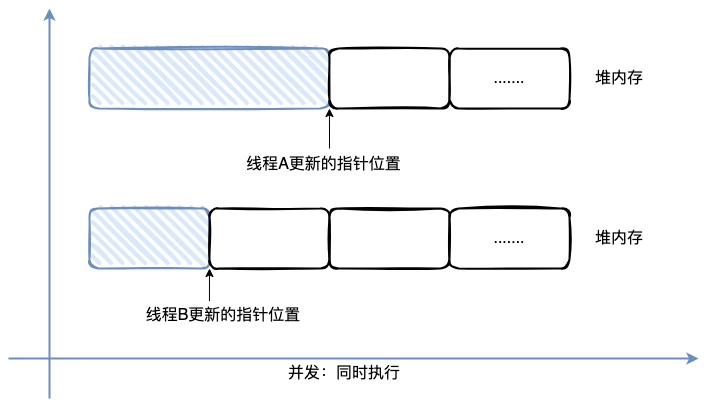
lihongyiyi/tech-visuals keeps this draw.io diagram as java/jvm/JVM创建对象 - 并发下内存分配冲突.drawio.drawio.png. Above is the earlier version. Source tidied: cells renumbered, new cells last; positions are measured from the earlier drawing's top-left corner, leaving out a move shared by most shapes.
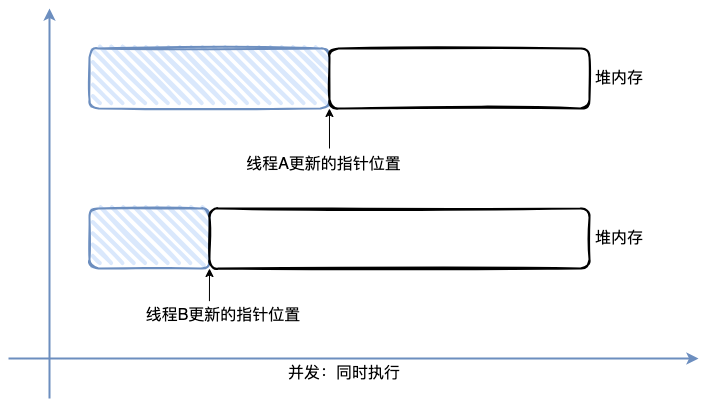
The same file after the commit.

Commit message:
更新JVM创建对象 - 并发下内存分配冲突.drawio.drawio.png

The edit, as a diff of the source:
```diff
@@ -6,11 +6,8 @@
       <mxGeometry x="81" y="40" width="240" height="60" as="geometry" />
     </mxCell>
     <mxCell id="3" style="rounded=1;whiteSpace=wrap;html=1;strokeWidth=2;fillWeight=4;hachureGap=8;hachureAngle=45;sketch=1;" parent="1" vertex="1">
-      <mxGeometry x="321" y="40" width="120" height="60" as="geometry" />
+      <mxGeometry x="321" y="40" width="260" height="60" as="geometry" />
     </mxCell>
-    <mxCell id="4" value="&lt;font style=&quot;font-size: 16px;&quot;&gt;.......&lt;/font&gt;" style="rounded=1;whiteSpace=wrap;html=1;strokeWidth=2;fillWeight=4;hachureGap=8;hachureAngle=45;sketch=1;" parent="1" vertex="1">
-      <mxGeometry x="441" y="40" width="120" height="60" as="geometry" />
-    </mxCell>
     <mxCell id="5" value="&lt;font style=&quot;font-size: 16px;&quot;&gt;线程A更新的指针位置&lt;/font&gt;" style="text;html=1;strokeColor=none;fillColor=none;align=center;verticalAlign=middle;whiteSpace=wrap;rounded=0;" parent="1" vertex="1">
       <mxGeometry x="221" y="142" width="189" height="28" as="geometry" />
     </mxCell>
@@ -27,14 +24,8 @@
       <mxGeometry x="81" y="200" width="120" height="60" as="geometry" />
     </mxCell>
     <mxCell id="9" style="rounded=1;whiteSpace=wrap;html=1;strokeWidth=2;fillWeight=4;hachureGap=8;hachureAngle=45;sketch=1;" parent="1" vertex="1">
-      <mxGeometry x="201" y="200" width="120" height="60" as="geometry" />
+      <mxGeometry x="201" y="200" width="380" height="60" as="geometry" />
     </mxCell>
-    <mxCell id="10" style="rounded=1;whiteSpace=wrap;html=1;strokeWidth=2;fillWeight=4;hachureGap=8;hachureAngle=45;sketch=1;" parent="1" vertex="1">
-      <mxGeometry x="321" y="200" width="120" height="60" as="geometry" />
-    </mxCell>
-    <mxCell id="11" value="&lt;font style=&quot;font-size: 16px;&quot;&gt;.......&lt;/font&gt;" style="rounded=1;whiteSpace=wrap;html=1;strokeWidth=2;fillWeight=4;hachureGap=8;hachureAngle=45;sketch=1;" parent="1" vertex="1">
-      <mxGeometry x="441" y="200" width="120" height="60" as="geometry" />
-    </mxCell>
     <mxCell id="12" value="&lt;font style=&quot;font-size: 16px;&quot;&gt;线程B更新的指针位置&lt;/font&gt;" style="text;html=1;strokeColor=none;fillColor=none;align=center;verticalAlign=middle;whiteSpace=wrap;rounded=0;" parent="1" vertex="1">
       <mxGeometry x="120" y="293" width="190" height="27" as="geometry" />
     </mxCell>
```
